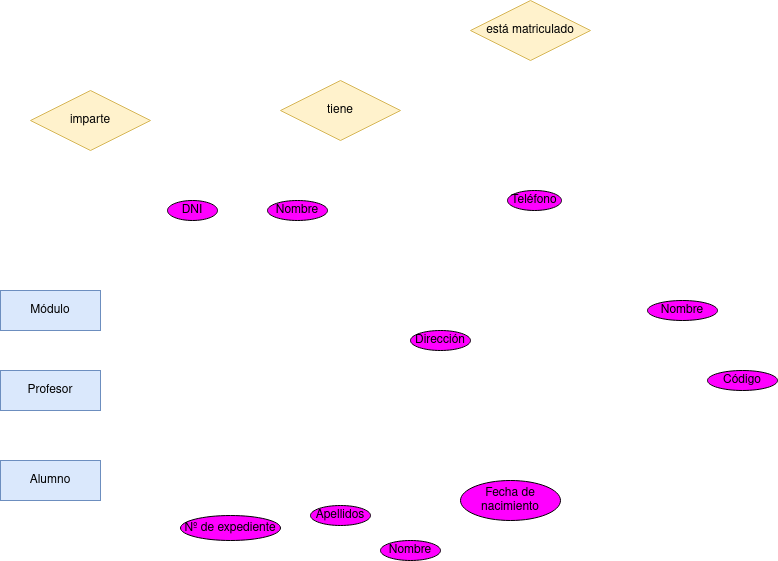
The draw.io diagram Unidad-1/Tareas/Tarea-4/Diagrama Tarea 5.drawio.png in RafaelMayor/base-datos, before a commit. Source tidied: cells renumbered, new cells last; positions are measured from the earlier drawing's top-left corner, leaving out a move shared by most shapes.
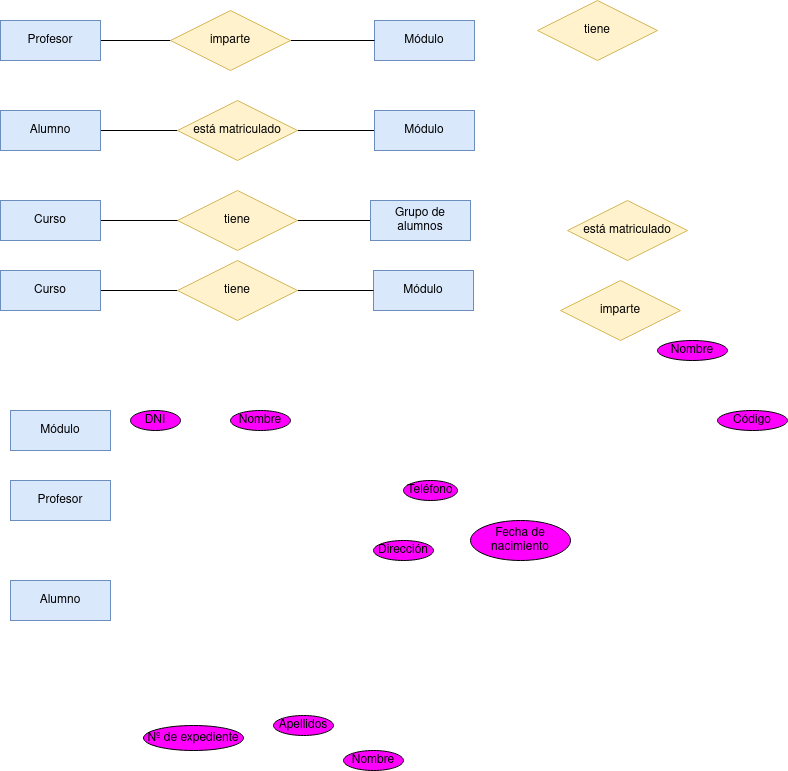
After the change.

Diff of the diagram source:
```diff
@@ -3,25 +3,25 @@
     <mxCell id="0" />
     <mxCell id="1" parent="0" />
     <mxCell id="2" value="Profesor" style="whiteSpace=wrap;html=1;align=center;fillColor=#dae8fc;strokeColor=#6c8ebf;" parent="1" vertex="1">
-      <mxGeometry y="370" width="100" height="40" as="geometry" />
+      <mxGeometry y="440" width="100" height="40" as="geometry" />
     </mxCell>
     <mxCell id="3" value="Módulo" style="whiteSpace=wrap;html=1;align=center;fillColor=#dae8fc;strokeColor=#6c8ebf;" parent="1" vertex="1">
-      <mxGeometry y="290" width="100" height="40" as="geometry" />
+      <mxGeometry x="363" y="230" width="100" height="40" as="geometry" />
     </mxCell>
     <mxCell id="4" value="Alumno" style="whiteSpace=wrap;html=1;align=center;fillColor=#dae8fc;strokeColor=#6c8ebf;" parent="1" vertex="1">
-      <mxGeometry y="460" width="100" height="40" as="geometry" />
+      <mxGeometry y="540" width="100" height="40" as="geometry" />
     </mxCell>
     <mxCell id="5" value="Teléfono" style="ellipse;whiteSpace=wrap;html=1;align=center;fillColor=#FF00FF;" parent="1" vertex="1">
-      <mxGeometry x="507" y="190" width="54" height="20" as="geometry" />
+      <mxGeometry x="393" y="440" width="54" height="20" as="geometry" />
     </mxCell>
     <mxCell id="6" value="Dirección" style="ellipse;whiteSpace=wrap;html=1;align=center;fillColor=#FF00FF;" parent="1" vertex="1">
-      <mxGeometry x="410" y="330" width="60" height="20" as="geometry" />
+      <mxGeometry x="363" y="500" width="60" height="20" as="geometry" />
     </mxCell>
     <mxCell id="7" value="Nombre" style="ellipse;whiteSpace=wrap;html=1;align=center;fillColor=#FF00FF;" parent="1" vertex="1">
-      <mxGeometry x="267" y="200" width="60" height="20" as="geometry" />
+      <mxGeometry x="220" y="370" width="60" height="20" as="geometry" />
     </mxCell>
     <mxCell id="8" value="DNI" style="ellipse;whiteSpace=wrap;html=1;align=center;fillColor=#FF00FF;" parent="1" vertex="1">
-      <mxGeometry x="167" y="200" width="50" height="20" as="geometry" />
+      <mxGeometry x="120" y="370" width="50" height="20" as="geometry" />
     </mxCell>
     <mxCell id="9" value="Código" style="ellipse;whiteSpace=wrap;html=1;align=center;fillColor=#FF00FF;" parent="1" vertex="1">
       <mxGeometry x="707" y="370" width="70" height="20" as="geometry" />
@@ -30,25 +30,85 @@
       <mxGeometry x="647" y="300" width="70" height="20" as="geometry" />
     </mxCell>
     <mxCell id="11" value="Nº de expediente" style="ellipse;whiteSpace=wrap;html=1;align=center;fillColor=#FF00FF;" parent="1" vertex="1">
-      <mxGeometry x="180" y="515" width="100" height="25" as="geometry" />
+      <mxGeometry x="133" y="685" width="100" height="25" as="geometry" />
     </mxCell>
     <mxCell id="12" value="Nombre" style="ellipse;whiteSpace=wrap;html=1;align=center;fillColor=#FF00FF;" parent="1" vertex="1">
-      <mxGeometry x="380" y="540" width="60" height="20" as="geometry" />
+      <mxGeometry x="333" y="710" width="60" height="20" as="geometry" />
     </mxCell>
     <mxCell id="13" value="Apellidos" style="ellipse;whiteSpace=wrap;html=1;align=center;fillColor=#FF00FF;" parent="1" vertex="1">
-      <mxGeometry x="310" y="505" width="60" height="20" as="geometry" />
+      <mxGeometry x="263" y="675" width="60" height="20" as="geometry" />
     </mxCell>
     <mxCell id="14" value="Fecha de nacimiento" style="ellipse;whiteSpace=wrap;html=1;align=center;fillColor=#FF00FF;" parent="1" vertex="1">
       <mxGeometry x="460" y="480" width="100" height="40" as="geometry" />
     </mxCell>
     <mxCell id="15" value="imparte" style="shape=rhombus;perimeter=rhombusPerimeter;whiteSpace=wrap;html=1;align=center;fillColor=#fff2cc;strokeColor=#d6b656;" parent="1" vertex="1">
-      <mxGeometry x="30" y="90" width="120" height="60" as="geometry" />
+      <mxGeometry x="550" y="240" width="120" height="60" as="geometry" />
     </mxCell>
+    <mxCell id="18" style="edgeStyle=orthogonalEdgeStyle;rounded=0;jettySize=auto;html=1;entryX=0;entryY=0.5;entryDx=0;entryDy=0;endArrow=none;endFill=0;" parent="1" edge="1" source="16" target="32">
+      <mxGeometry relative="1" as="geometry" />
+    </mxCell>
     <mxCell id="16" value="tiene" style="shape=rhombus;perimeter=rhombusPerimeter;whiteSpace=wrap;html=1;align=center;fillColor=#fff2cc;strokeColor=#d6b656;" parent="1" vertex="1">
-      <mxGeometry x="280" y="80" width="120" height="60" as="geometry" />
+      <mxGeometry x="167" y="150" width="120" height="60" as="geometry" />
     </mxCell>
     <mxCell id="17" value="está matriculado" style="shape=rhombus;perimeter=rhombusPerimeter;whiteSpace=wrap;html=1;align=center;fillColor=#fff2cc;strokeColor=#d6b656;" parent="1" vertex="1">
-      <mxGeometry x="470" width="120" height="60" as="geometry" />
+      <mxGeometry x="557" y="160" width="120" height="60" as="geometry" />
     </mxCell>
+    <mxCell id="19" style="edgeStyle=orthogonalEdgeStyle;rounded=0;jettySize=auto;html=1;entryX=0;entryY=0.5;entryDx=0;entryDy=0;endArrow=none;endFill=0;" parent="1" edge="1" source="20" target="25">
+      <mxGeometry relative="1" as="geometry" />
+    </mxCell>
+    <mxCell id="20" value="Profesor" style="whiteSpace=wrap;html=1;align=center;fillColor=#dae8fc;strokeColor=#6c8ebf;" parent="1" vertex="1">
+      <mxGeometry x="-10" y="-20" width="100" height="40" as="geometry" />
+    </mxCell>
+    <mxCell id="21" value="Módulo" style="whiteSpace=wrap;html=1;align=center;fillColor=#dae8fc;strokeColor=#6c8ebf;" parent="1" vertex="1">
+      <mxGeometry x="364" y="-20" width="100" height="40" as="geometry" />
+    </mxCell>
+    <mxCell id="22" style="edgeStyle=orthogonalEdgeStyle;rounded=0;jettySize=auto;html=1;entryX=0;entryY=0.5;entryDx=0;entryDy=0;endArrow=none;endFill=0;" parent="1" edge="1" source="23" target="28">
+      <mxGeometry relative="1" as="geometry" />
+    </mxCell>
+    <mxCell id="23" value="Alumno" style="whiteSpace=wrap;html=1;align=center;fillColor=#dae8fc;strokeColor=#6c8ebf;" parent="1" vertex="1">
+      <mxGeometry x="-10" y="70" width="100" height="40" as="geometry" />
+    </mxCell>
+    <mxCell id="24" style="edgeStyle=orthogonalEdgeStyle;rounded=0;jettySize=auto;html=1;entryX=0;entryY=0.5;entryDx=0;entryDy=0;endArrow=none;endFill=0;" parent="1" edge="1" source="25" target="21">
+      <mxGeometry relative="1" as="geometry" />
+    </mxCell>
+    <mxCell id="25" value="imparte" style="shape=rhombus;perimeter=rhombusPerimeter;whiteSpace=wrap;html=1;align=center;fillColor=#fff2cc;strokeColor=#d6b656;" parent="1" vertex="1">
+      <mxGeometry x="160" y="-30" width="120" height="60" as="geometry" />
+    </mxCell>
+    <mxCell id="26" value="tiene" style="shape=rhombus;perimeter=rhombusPerimeter;whiteSpace=wrap;html=1;align=center;fillColor=#fff2cc;strokeColor=#d6b656;" parent="1" vertex="1">
+      <mxGeometry x="527" y="-40" width="120" height="60" as="geometry" />
+    </mxCell>
+    <mxCell id="27" style="edgeStyle=orthogonalEdgeStyle;rounded=0;jettySize=auto;html=1;entryX=0;entryY=0.5;entryDx=0;entryDy=0;endArrow=none;endFill=0;" parent="1" edge="1" source="28" target="29">
+      <mxGeometry relative="1" as="geometry" />
+    </mxCell>
+    <mxCell id="28" value="está matriculado" style="shape=rhombus;perimeter=rhombusPerimeter;whiteSpace=wrap;html=1;align=center;fillColor=#fff2cc;strokeColor=#d6b656;" parent="1" vertex="1">
+      <mxGeometry x="167" y="60" width="120" height="60" as="geometry" />
+    </mxCell>
+    <mxCell id="29" value="Módulo" style="whiteSpace=wrap;html=1;align=center;fillColor=#dae8fc;strokeColor=#6c8ebf;" parent="1" vertex="1">
+      <mxGeometry x="364" y="70" width="100" height="40" as="geometry" />
+    </mxCell>
+    <mxCell id="30" style="edgeStyle=orthogonalEdgeStyle;rounded=0;jettySize=auto;html=1;entryX=0;entryY=0.5;entryDx=0;entryDy=0;endArrow=none;endFill=0;" parent="1" edge="1" source="31" target="16">
+      <mxGeometry relative="1" as="geometry" />
+    </mxCell>
+    <mxCell id="31" value="Curso" style="whiteSpace=wrap;html=1;align=center;fillColor=#dae8fc;strokeColor=#6c8ebf;" parent="1" vertex="1">
+      <mxGeometry x="-10" y="160" width="100" height="40" as="geometry" />
+    </mxCell>
+    <mxCell id="32" value="Grupo de alumnos" style="whiteSpace=wrap;html=1;align=center;fillColor=#dae8fc;strokeColor=#6c8ebf;" parent="1" vertex="1">
+      <mxGeometry x="360" y="160" width="100" height="40" as="geometry" />
+    </mxCell>
+    <mxCell id="33" style="edgeStyle=orthogonalEdgeStyle;rounded=0;jettySize=auto;html=1;entryX=0;entryY=0.5;entryDx=0;entryDy=0;endArrow=none;endFill=0;" parent="1" edge="1" source="34" target="36">
+      <mxGeometry relative="1" as="geometry" />
+    </mxCell>
+    <mxCell id="34" value="Curso" style="whiteSpace=wrap;html=1;align=center;fillColor=#dae8fc;strokeColor=#6c8ebf;" parent="1" vertex="1">
+      <mxGeometry x="-10" y="230" width="100" height="40" as="geometry" />
+    </mxCell>
+    <mxCell id="35" style="edgeStyle=orthogonalEdgeStyle;rounded=0;jettySize=auto;html=1;entryX=0;entryY=0.5;entryDx=0;entryDy=0;endArrow=none;endFill=0;" parent="1" edge="1" source="36" target="3">
+      <mxGeometry relative="1" as="geometry" />
+    </mxCell>
+    <mxCell id="36" value="tiene" style="shape=rhombus;perimeter=rhombusPerimeter;whiteSpace=wrap;html=1;align=center;fillColor=#fff2cc;strokeColor=#d6b656;" parent="1" vertex="1">
+      <mxGeometry x="167" y="220" width="120" height="60" as="geometry" />
+    </mxCell>
+    <mxCell id="37" value="Módulo" style="whiteSpace=wrap;html=1;align=center;fillColor=#dae8fc;strokeColor=#6c8ebf;" parent="1" vertex="1">
+      <mxGeometry y="370" width="100" height="40" as="geometry" />
+    </mxCell>
   </root>
 </mxGraphModel>
```
